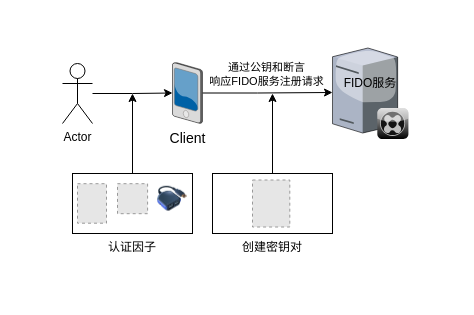
Above: FIDO认证架构视图.drawio in mobof/Koal (draw.io), before the change. Source tidied: cells renumbered, new cells numbered last; positions are measured from the earlier drawing's top-left corner, leaving out a move shared by most shapes. Both pictures are drawn from the tidied source at 100%, with x=0, y=0 at pixel (62, 47). Pictures stored in the file or linked from it are replaced by grey dashed boxes.
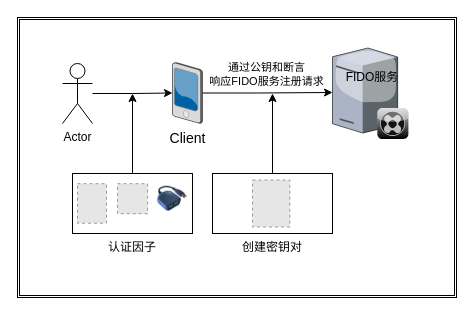
Above is the later version.

Commit message (it also covers changes not shown here):
Update FIDO认证架构视图.drawio

The edit, as a diff of the source:
```diff
@@
+    <mxCell id="17" style="shape=ext;double=1;rounded=0;whiteSpace=wrap;html=1;fillColor=none;" parent="1" vertex="1">
+      <mxGeometry x="-45" y="-30" width="439" height="280" as="geometry" />
+    </mxCell>
@@
     <mxCell id="12" value="FIDO服务" style="text;html=1;strokeColor=none;fillColor=none;align=center;verticalAlign=middle;whiteSpace=wrap;rounded=0;" parent="1" vertex="1">
-      <mxGeometry x="268" y="26" width="80" height="20" as="geometry" />
+      <mxGeometry x="270" y="20" width="80" height="20" as="geometry" />
     </mxCell>
```
